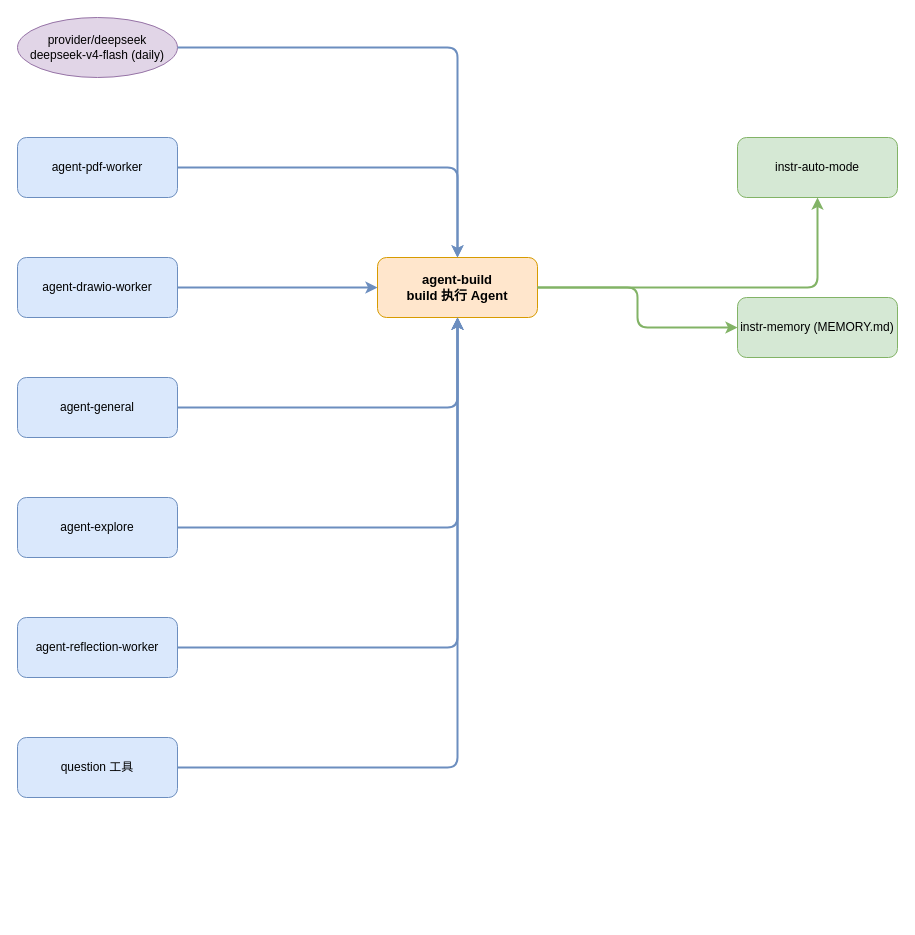
Earlier version of the draw.io diagram 05-drawio/assembly/agent-build.drawio (zako-mio/opencode-dag-analysis). Source tidied: cells renumbered, new cells numbered last; positions are measured from the earlier drawing's top-left corner, leaving out a move shared by most shapes. Both pictures are drawn from the tidied source at 100%, with x=0, y=0 at pixel (17, 17).
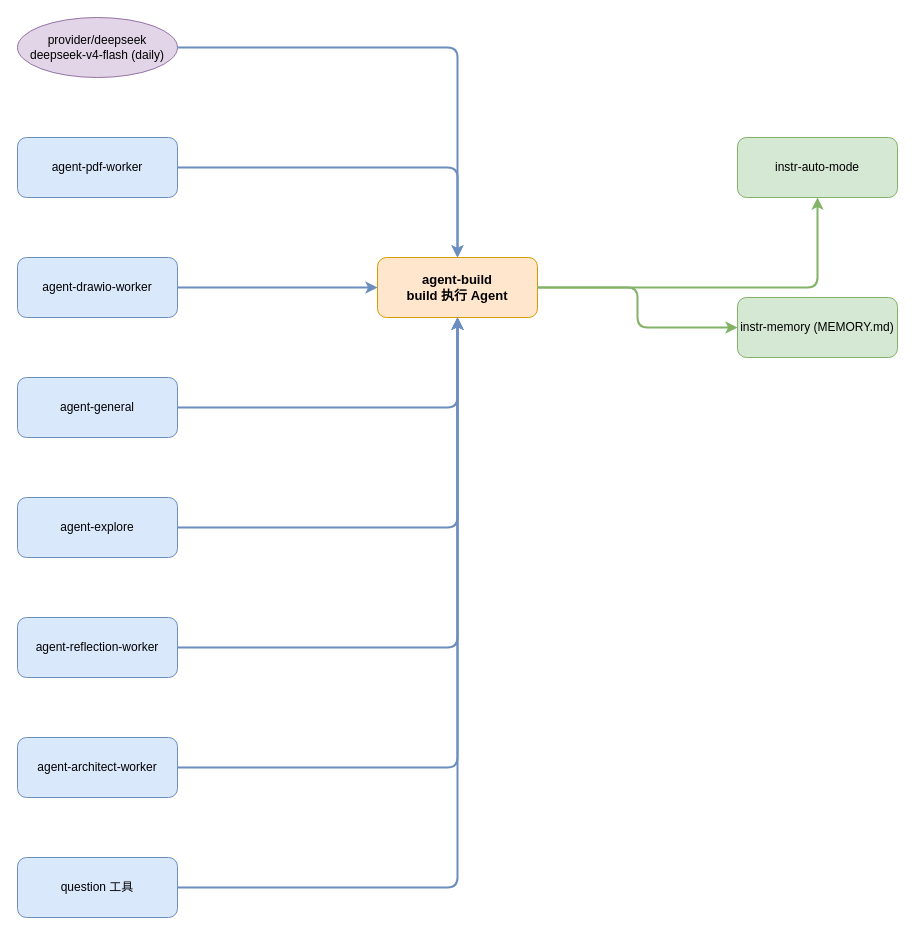
Above is the later version.

The change refers to these unchanged cells:
```xml
<mxCell id="2" value="agent-build&#10;build 执行 Agent" style="rounded=1;whiteSpace=wrap;html=1;fontFamily=Microsoft YaHei;fillColor=#ffe6cc;strokeColor=#d79b00;fontStyle=1;fontSize=13;" parent="1" vertex="1">
  <mxGeometry x="360" y="240" width="160" height="60" as="geometry" />
</mxCell>
```

Change to the diagram source:
```diff
@@
+    <mxCell id="21" value="agent-architect-worker" style="rounded=1;whiteSpace=wrap;html=1;fontFamily=Microsoft YaHei;fillColor=#dae8fc;strokeColor=#6c8ebf;" parent="1" vertex="1">
+      <mxGeometry y="720" width="160" height="60" as="geometry" />
+    </mxCell>
     <mxCell id="9" value="question 工具" style="rounded=1;whiteSpace=wrap;html=1;fontFamily=Microsoft YaHei;fillColor=#dae8fc;strokeColor=#6c8ebf;" parent="1" vertex="1">
-      <mxGeometry y="720" width="160" height="60" as="geometry" />
+      <mxGeometry y="840" width="160" height="60" as="geometry" />
     </mxCell>
@@
+    <mxCell id="22" style="edgeStyle=orthogonalEdgeStyle;rounded=1;html=1;strokeColor=#6c8ebf;strokeWidth=2;endArrow=classic;" parent="1" edge="1" source="21" target="2">
+      <mxGeometry relative="1" as="geometry" />
+    </mxCell>
```
